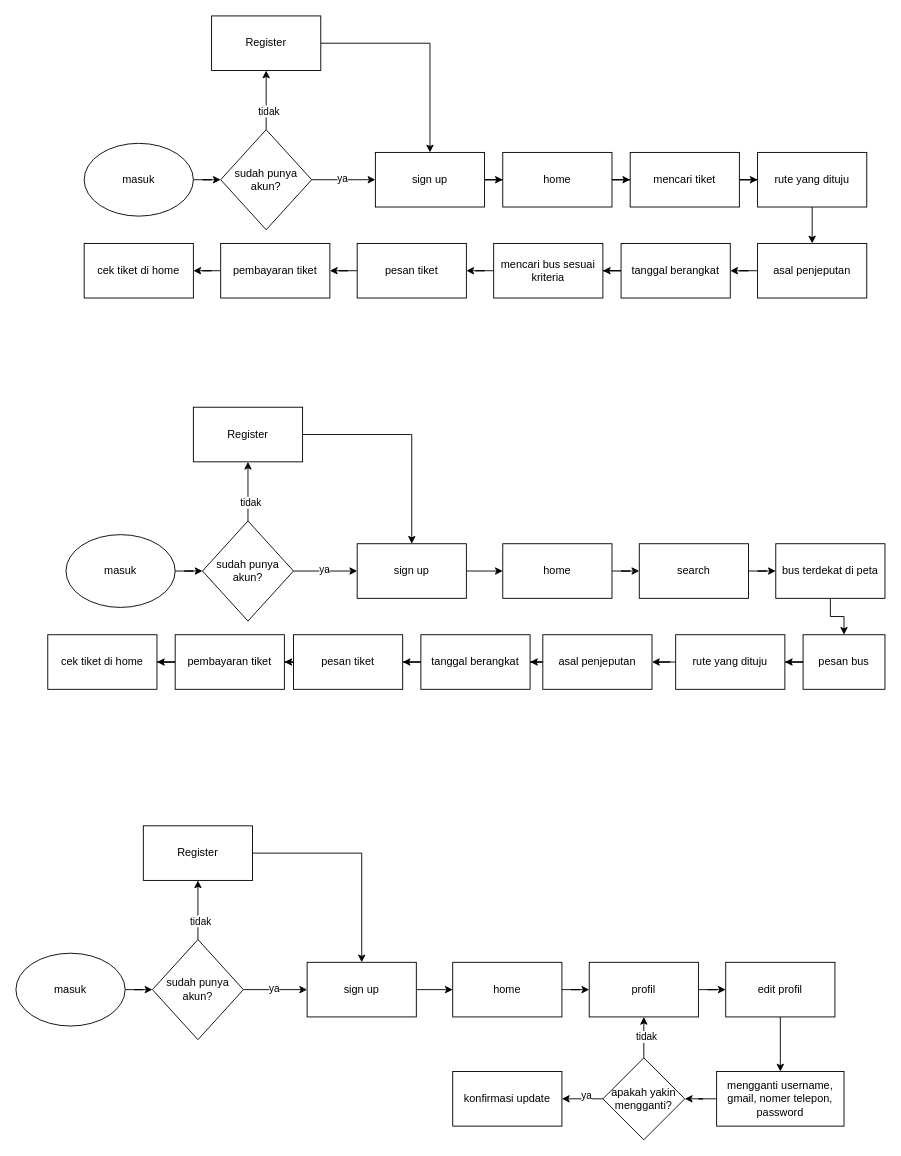
The draw.io diagram Diagram Tanpa Judul.drawio in sanusiamir/tugas, before the edit. Source tidied: cells renumbered, new cells numbered last; positions are measured from the earlier drawing's top-left corner, leaving out a move shared by most shapes. Both pictures are drawn from the tidied source at 91%, with x=0, y=0 at pixel (15, 15).
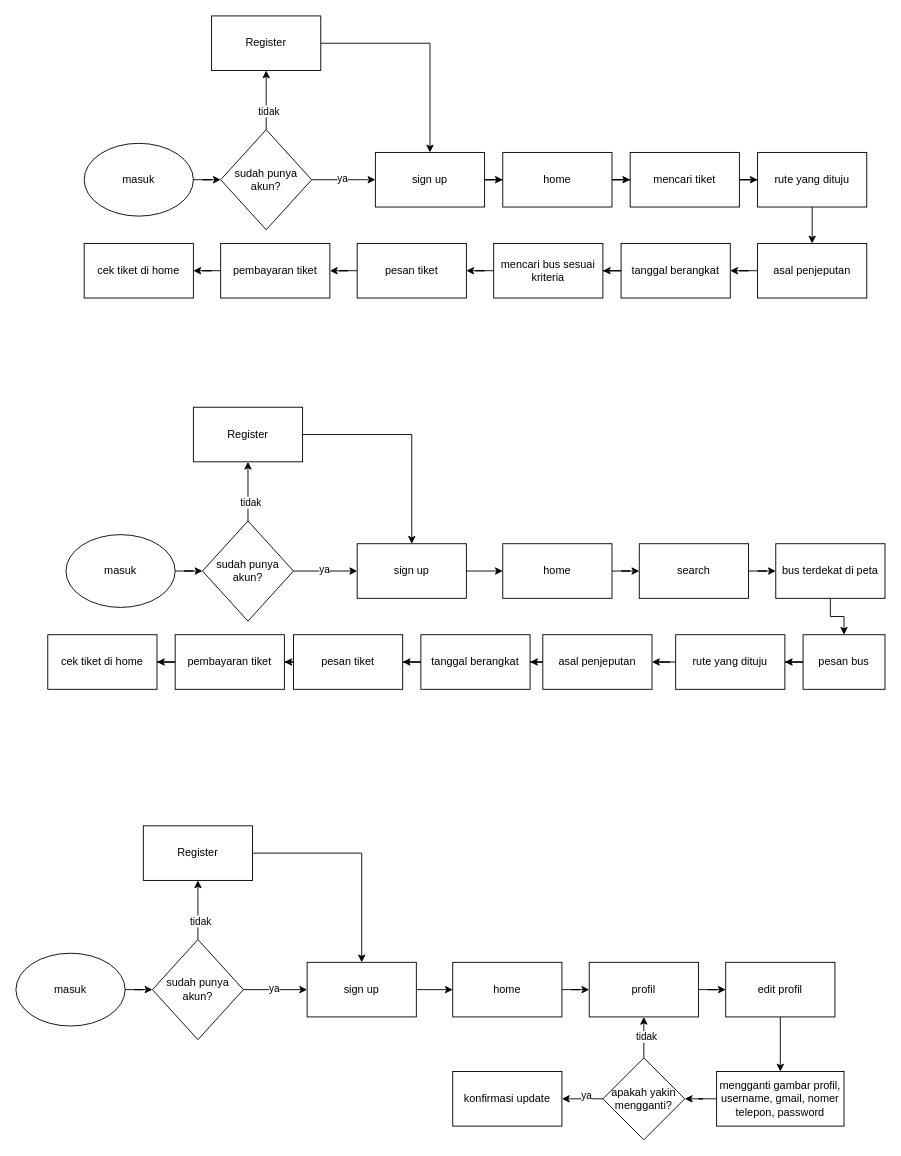
Above is the later version.

Change to the diagram source:
```diff
@@
-    <mxCell id="78" value="mengganti username, gmail, nomer telepon, password" style="whiteSpace=wrap;html=1;rounded=0;" parent="1" vertex="1">
+    <mxCell id="78" value="mengganti gambar profil, username, gmail, nomer telepon, password" style="whiteSpace=wrap;html=1;rounded=0;" parent="1" vertex="1">
       <mxGeometry x="770" y="1160" width="140" height="60" as="geometry" />
     </mxCell>
```
